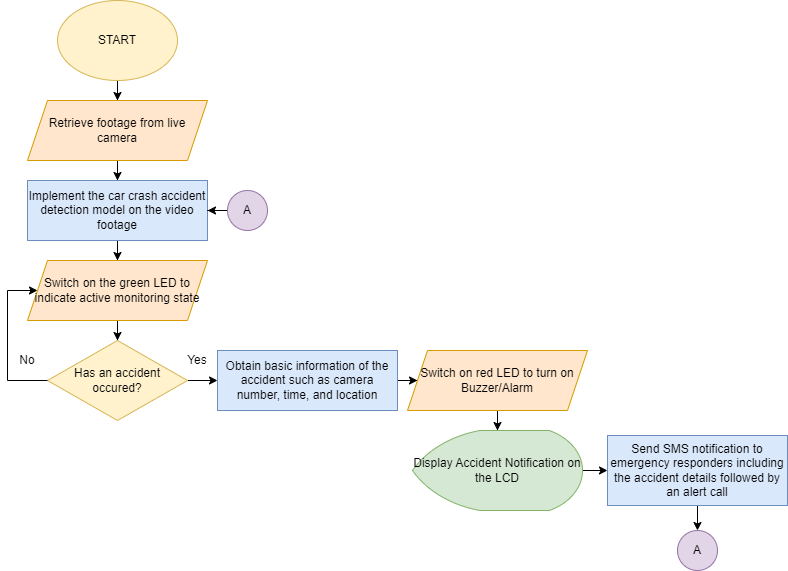
Above: DrawIO/System_Flowchart-Updated.png in russellcaragay/PD-Files (draw.io), before the change. Source tidied: cells renumbered, new cells last; positions are measured from the earlier drawing's top-left corner, leaving out a move shared by most shapes.
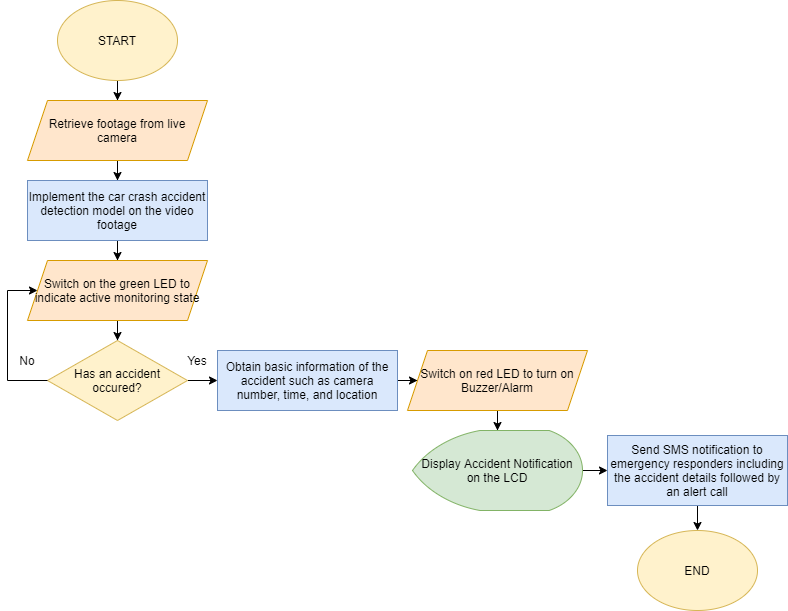
After the commit.

Change to the diagram source:
```diff
@@ -50,21 +50,14 @@
     <mxCell id="17" value="Display Accident Notification on the LCD" style="strokeWidth=1;html=1;shape=mxgraph.flowchart.display;whiteSpace=wrap;fillColor=#d5e8d4;strokeColor=#82b366;" parent="1" vertex="1">
       <mxGeometry x="405" y="430" width="170" height="80" as="geometry" />
     </mxCell>
-    <mxCell id="18" style="edgeStyle=orthogonalEdgeStyle;rounded=0;jettySize=auto;html=1;" parent="1" edge="1" source="19" target="20">
-      <mxGeometry relative="1" as="geometry" />
+    <mxCell id="18" style="edgeStyle=orthogonalEdgeStyle;rounded=0;jettySize=auto;html=1;" parent="1" edge="1" source="19">
+      <mxGeometry relative="1" as="geometry">
+        <mxPoint x="690" y="530" as="targetPoint" />
+      </mxGeometry>
     </mxCell>
     <mxCell id="19" value="Send SMS notification to emergency responders including the accident details followed by an alert call" style="whiteSpace=wrap;html=1;strokeWidth=1;fillColor=#dae8fc;strokeColor=#6c8ebf;" parent="1" vertex="1">
       <mxGeometry x="600" y="435" width="180" height="70" as="geometry" />
     </mxCell>
-    <mxCell id="20" value="A" style="ellipse;whiteSpace=wrap;html=1;strokeWidth=1;fillColor=#e1d5e7;strokeColor=#9673a6;" parent="1" vertex="1">
-      <mxGeometry x="670" y="530" width="40" height="40" as="geometry" />
-    </mxCell>
-    <mxCell id="21" style="edgeStyle=orthogonalEdgeStyle;rounded=0;jettySize=auto;html=1;" parent="1" edge="1" source="22" target="7">
-      <mxGeometry relative="1" as="geometry" />
-    </mxCell>
-    <mxCell id="22" value="A" style="ellipse;whiteSpace=wrap;html=1;strokeWidth=1;fillColor=#e1d5e7;strokeColor=#9673a6;" parent="1" vertex="1">
-      <mxGeometry x="220" y="190" width="40" height="40" as="geometry" />
-    </mxCell>
     <mxCell id="23" style="endArrow=classic;html=1;entryX=0;entryY=0.5;entryDx=0;entryDy=0;exitX=0;exitY=0.5;exitDx=0;exitDy=0;rounded=0;" parent="1" edge="1" source="11" target="9">
       <mxGeometry relative="1" as="geometry">
         <Array as="points">
@@ -79,5 +72,8 @@
     <mxCell id="25" value="No" style="text;html=1;strokeColor=none;fillColor=none;align=center;verticalAlign=middle;whiteSpace=wrap;rounded=0;" parent="1" vertex="1">
       <mxGeometry y="350" width="40" height="20" as="geometry" />
     </mxCell>
+    <mxCell id="26" value="END" style="ellipse;whiteSpace=wrap;html=1;fillColor=#fff2cc;strokeColor=#d6b656;" parent="1" vertex="1">
+      <mxGeometry x="630" y="530" width="120" height="80" as="geometry" />
+    </mxCell>
   </root>
 </mxGraphModel>
```
